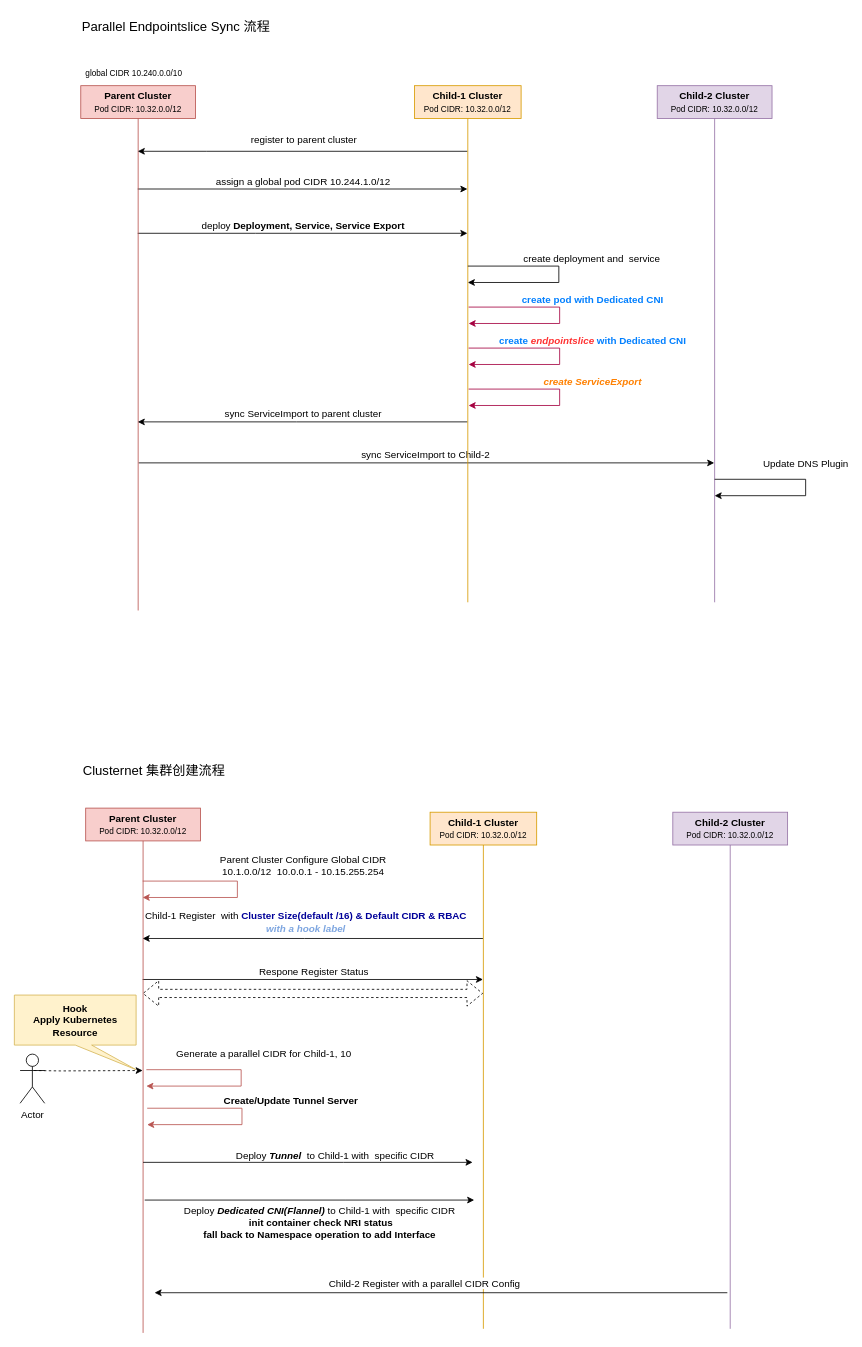
Before: page "flow chart" (1 of 11) of doc/clusternet_cni.drawio in HydraCNI/Hydra, a draw.io diagram. Source tidied: cells renumbered, new cells numbered last; positions are measured from the earlier drawing's top-left corner, leaving out a move shared by most shapes. Both pictures are drawn from the tidied source at 82%, with x=0, y=0 at pixel (14, 14).
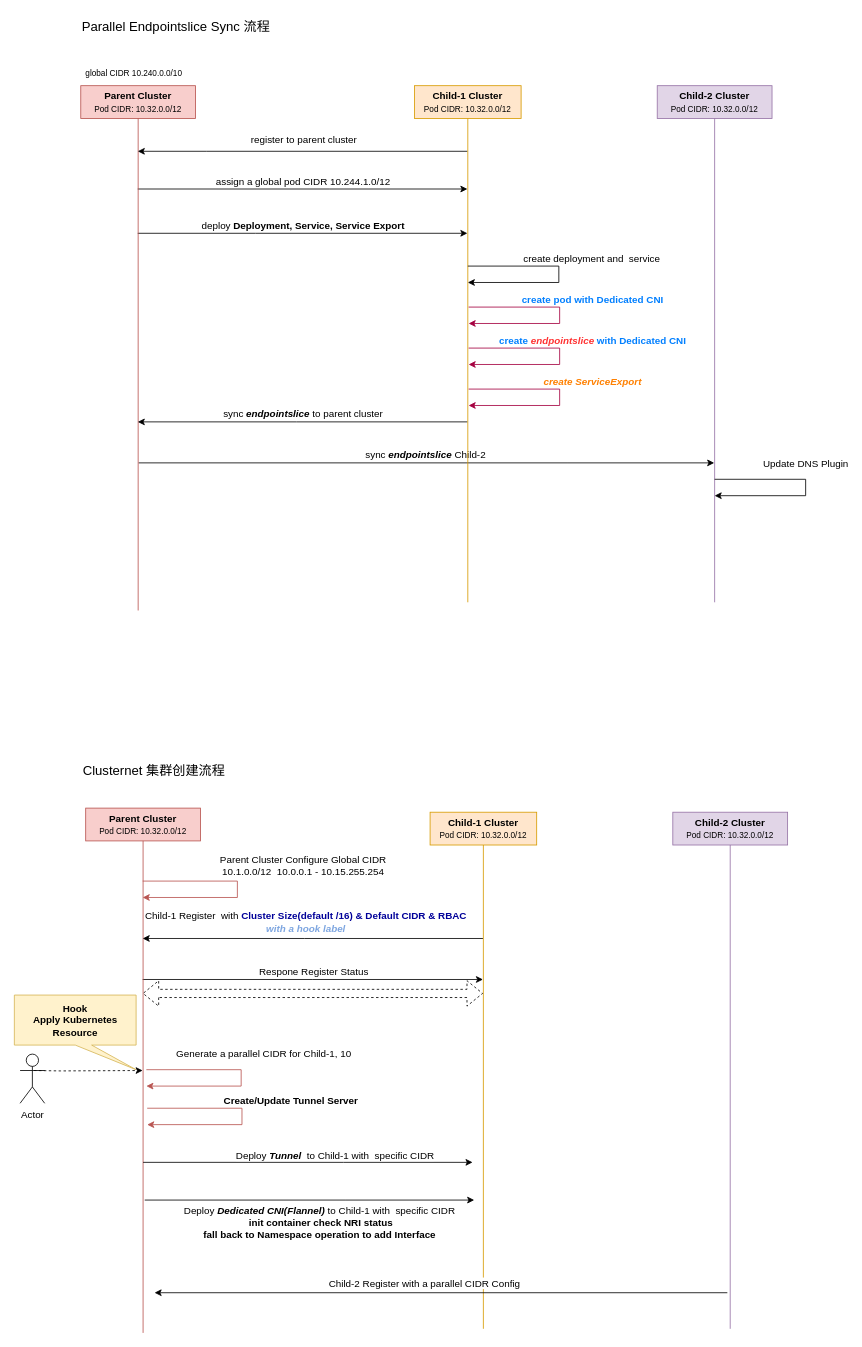
The same diagram, later.

Unchanged cells that the change refers to:
```xml
<mxCell id="5" value="Parent Cluster&lt;br style=&quot;border-color: var(--border-color);&quot;&gt;&lt;font style=&quot;font-size: 10px; font-weight: normal;&quot;&gt;Pod CIDR: 10.32.0.0/12&lt;/font&gt;" style="shape=umlLifeline;perimeter=lifelinePerimeter;whiteSpace=wrap;html=1;outlineConnect=0;lifelineDashed=0;fillColor=#f8cecc;strokeColor=#b85450;fontStyle=1;" parent="1" vertex="1">
  <mxGeometry x="81" y="87" width="140" height="640" as="geometry" />
</mxCell>
<mxCell id="9" value="Child-1 Cluster&lt;br&gt;&lt;font style=&quot;font-size: 10px; font-weight: normal;&quot;&gt;Pod CIDR: 10.32.0.0/12&lt;/font&gt;" style="shape=umlLifeline;perimeter=lifelinePerimeter;whiteSpace=wrap;html=1;outlineConnect=0;lifelineDashed=0;fillColor=#ffe6cc;strokeColor=#d79b00;fontStyle=1;fontSize=12;" parent="1" vertex="1">
  <mxGeometry x="488" y="87" width="130" height="630" as="geometry" />
</mxCell>
<mxCell id="16" value="Child-2 Cluster&lt;br style=&quot;border-color: var(--border-color);&quot;&gt;&lt;span style=&quot;font-weight: normal;&quot;&gt;&lt;font style=&quot;font-size: 10px;&quot;&gt;Pod CIDR: 10.32.0.0/12&lt;/font&gt;&lt;/span&gt;" style="shape=umlLifeline;perimeter=lifelinePerimeter;whiteSpace=wrap;html=1;outlineConnect=0;lifelineDashed=0;fillColor=#e1d5e7;strokeColor=#9673a6;fontStyle=1;fontSize=12;" parent="1" vertex="1">
  <mxGeometry x="784" y="87" width="140" height="630" as="geometry" />
</mxCell>
```

The edit, as a diff of the source:
```diff
@@
-    <mxCell id="4" value="sync ServiceImport to Child-2&amp;nbsp;" style="edgeStyle=orthogonalEdgeStyle;rounded=0;jettySize=auto;html=1;fontSize=12;verticalAlign=bottom;" parent="1" edge="1" target="16">
+    <mxCell id="4" value="sync &lt;b&gt;&lt;i&gt;endpointslice&lt;/i&gt;&lt;/b&gt; Child-2&amp;nbsp;" style="edgeStyle=orthogonalEdgeStyle;rounded=0;jettySize=auto;html=1;fontSize=12;verticalAlign=bottom;" parent="1" edge="1" target="16">
       <mxGeometry relative="1" as="geometry">
         <mxPoint x="151.5" y="547" as="sourcePoint" />
         <Array as="points">
           <mxPoint x="674" y="547" />
           <mxPoint x="674" y="547" />
         </Array>
       </mxGeometry>
     </mxCell>
@@
-    <mxCell id="8" value="sync ServiceImport to parent cluster" style="edgeStyle=orthogonalEdgeStyle;rounded=0;jettySize=auto;html=1;fontSize=12;" parent="1" edge="1" source="9" target="5">
+    <mxCell id="8" value="sync &lt;b&gt;&lt;i&gt;endpointslice&lt;/i&gt;&lt;/b&gt; to parent cluster" style="edgeStyle=orthogonalEdgeStyle;rounded=0;jettySize=auto;html=1;fontSize=12;" parent="1" edge="1" source="9" target="5">
       <mxGeometry y="-10" relative="1" as="geometry">
         <Array as="points">
           <mxPoint x="344" y="497" />
           <mxPoint x="344" y="497" />
         </Array>
       </mxGeometry>
     </mxCell>
```
